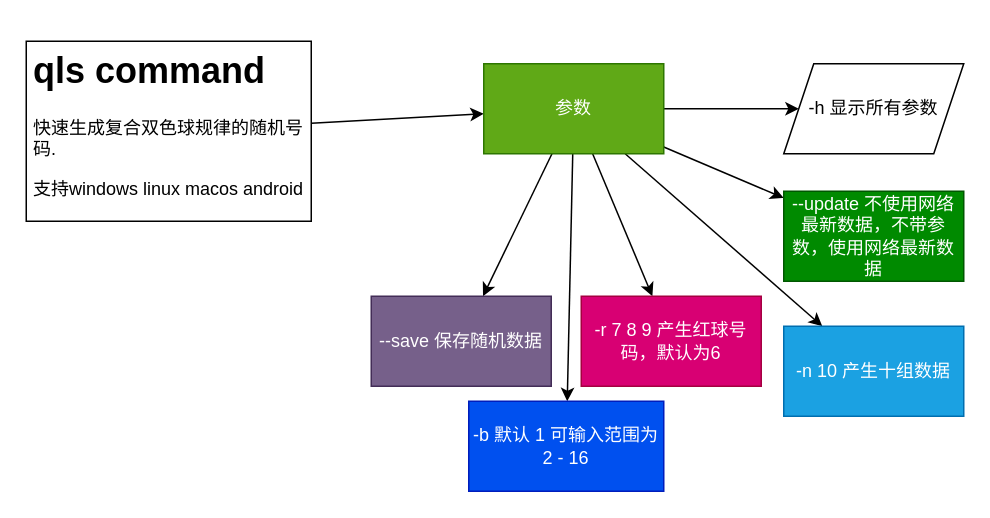
Earlier version of the draw.io diagram minde.drawio (JogFeelingVI/JackpotMaximizer). Source tidied: cells renumbered, new cells numbered last; positions are measured from the earlier drawing's top-left corner, leaving out a move shared by most shapes. Both pictures are drawn from the tidied source at 150%, with x=0, y=0 at pixel (26, 40).
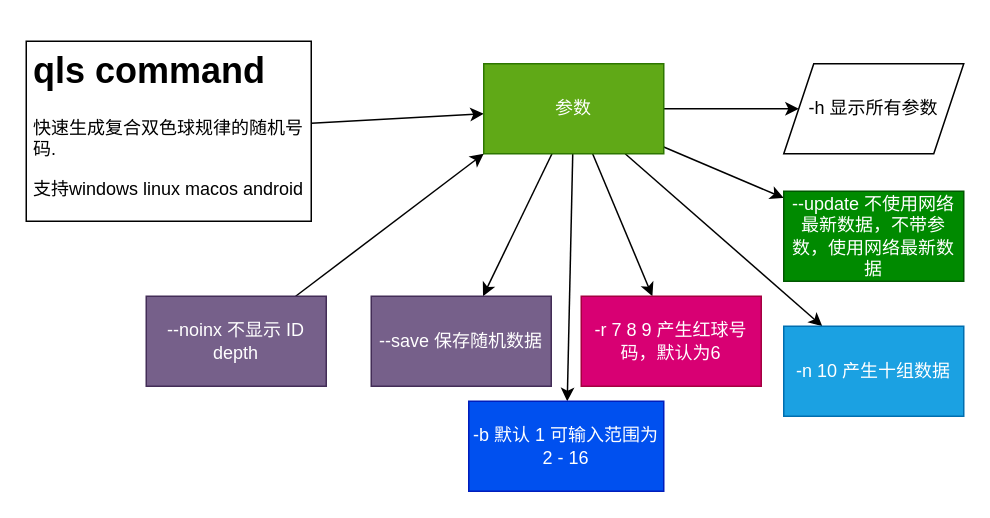
Above is the later version.

The edit, as a diff of the source:
```diff
@@
 <mxGraphModel>
   <root>
     <mxCell id="0" />
     <mxCell id="1" parent="0" />
     <mxCell id="2" style="edgeStyle=none;html=1;" parent="1" edge="1" source="3" target="10">
       <mxGeometry relative="1" as="geometry" />
     </mxCell>
     <mxCell id="3" value="&lt;h1&gt;qls command&lt;/h1&gt;&lt;p&gt;快速生成复合双色球规律的随机号码.&amp;nbsp;&lt;/p&gt;&lt;p&gt;支持windows linux macos android&lt;/p&gt;" style="text;html=1;spacing=5;spacingTop=-20;whiteSpace=wrap;overflow=hidden;rounded=0;strokeColor=default;" parent="1" vertex="1">
       <mxGeometry width="190" height="120" as="geometry" />
     </mxCell>
     <mxCell id="4" style="edgeStyle=none;html=1;" parent="1" edge="1" source="10" target="11">
       <mxGeometry relative="1" as="geometry" />
     </mxCell>
     <mxCell id="5" style="edgeStyle=none;html=1;" parent="1" edge="1" source="10" target="12">
       <mxGeometry relative="1" as="geometry" />
     </mxCell>
     <mxCell id="6" style="edgeStyle=none;html=1;" parent="1" edge="1" source="10" target="13">
       <mxGeometry relative="1" as="geometry" />
     </mxCell>
     <mxCell id="7" style="edgeStyle=none;html=1;" parent="1" edge="1" source="10" target="14">
       <mxGeometry relative="1" as="geometry" />
     </mxCell>
     <mxCell id="8" style="edgeStyle=none;html=1;" parent="1" edge="1" source="10" target="15">
       <mxGeometry relative="1" as="geometry" />
     </mxCell>
     <mxCell id="9" style="edgeStyle=none;html=1;" parent="1" edge="1" source="10" target="16">
       <mxGeometry relative="1" as="geometry" />
     </mxCell>
     <mxCell id="10" value="参数" style="whiteSpace=wrap;html=1;fillColor=#60a917;fontColor=#ffffff;strokeColor=#2D7600;" parent="1" vertex="1">
       <mxGeometry x="305" y="15" width="120" height="60" as="geometry" />
     </mxCell>
     <mxCell id="11" value="-h 显示所有参数" style="shape=parallelogram;perimeter=parallelogramPerimeter;whiteSpace=wrap;html=1;fixedSize=1;" parent="1" vertex="1">
       <mxGeometry x="505" y="15" width="120" height="60" as="geometry" />
     </mxCell>
     <mxCell id="12" value="--update 不使用网络最新数据，不带参数，使用网络最新数据" style="whiteSpace=wrap;html=1;fillColor=#008a00;fontColor=#ffffff;strokeColor=#005700;" parent="1" vertex="1">
       <mxGeometry x="505" y="100" width="120" height="60" as="geometry" />
     </mxCell>
     <mxCell id="13" value="-n 10 产生十组数据" style="whiteSpace=wrap;html=1;fillColor=#1ba1e2;fontColor=#ffffff;strokeColor=#006EAF;" parent="1" vertex="1">
       <mxGeometry x="505" y="190" width="120" height="60" as="geometry" />
     </mxCell>
     <mxCell id="14" value="-r 7 8 9 产生红球号码，默认为6" style="whiteSpace=wrap;html=1;fillColor=#d80073;fontColor=#ffffff;strokeColor=#A50040;" parent="1" vertex="1">
       <mxGeometry x="370" y="170" width="120" height="60" as="geometry" />
     </mxCell>
     <mxCell id="15" value="-b 默认 1 可输入范围为 2 - 16" style="whiteSpace=wrap;html=1;fillColor=#0050ef;fontColor=#ffffff;strokeColor=#001DBC;" parent="1" vertex="1">
       <mxGeometry x="295" y="240" width="130" height="60" as="geometry" />
     </mxCell>
     <mxCell id="16" value="--save 保存随机数据" style="whiteSpace=wrap;html=1;fillColor=#76608a;fontColor=#ffffff;strokeColor=#432D57;" parent="1" vertex="1">
       <mxGeometry x="230" y="170" width="120" height="60" as="geometry" />
     </mxCell>
+    <mxCell id="17" style="edgeStyle=none;html=1;entryX=0;entryY=1;entryDx=0;entryDy=0;" parent="1" edge="1" source="18" target="10">
+      <mxGeometry relative="1" as="geometry" />
+    </mxCell>
+    <mxCell id="18" value="--noinx 不显示 ID depth" style="whiteSpace=wrap;html=1;fillColor=#76608a;fontColor=#ffffff;strokeColor=#432D57;" parent="1" vertex="1">
+      <mxGeometry x="80" y="170" width="120" height="60" as="geometry" />
+    </mxCell>
   </root>
 </mxGraphModel>
```
